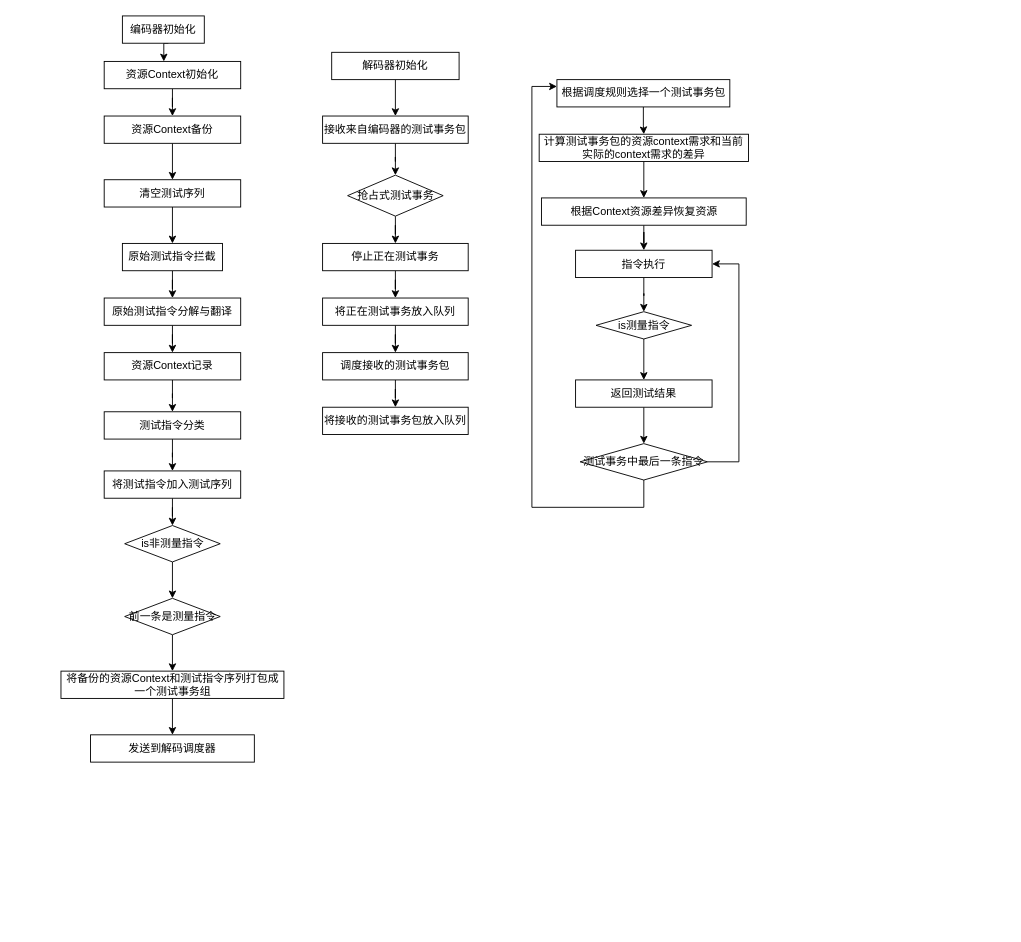
Earlier version of the draw.io diagram page "流程图" (6 of 6) of Untitled Diagram.drawio (arthur-peng-cn/graph). Source tidied: cells renumbered, new cells numbered last; positions are measured from the earlier drawing's top-left corner, leaving out a move shared by most shapes. Both pictures are drawn from the tidied source at 91%, with x=0, y=0 at pixel (60, 15).
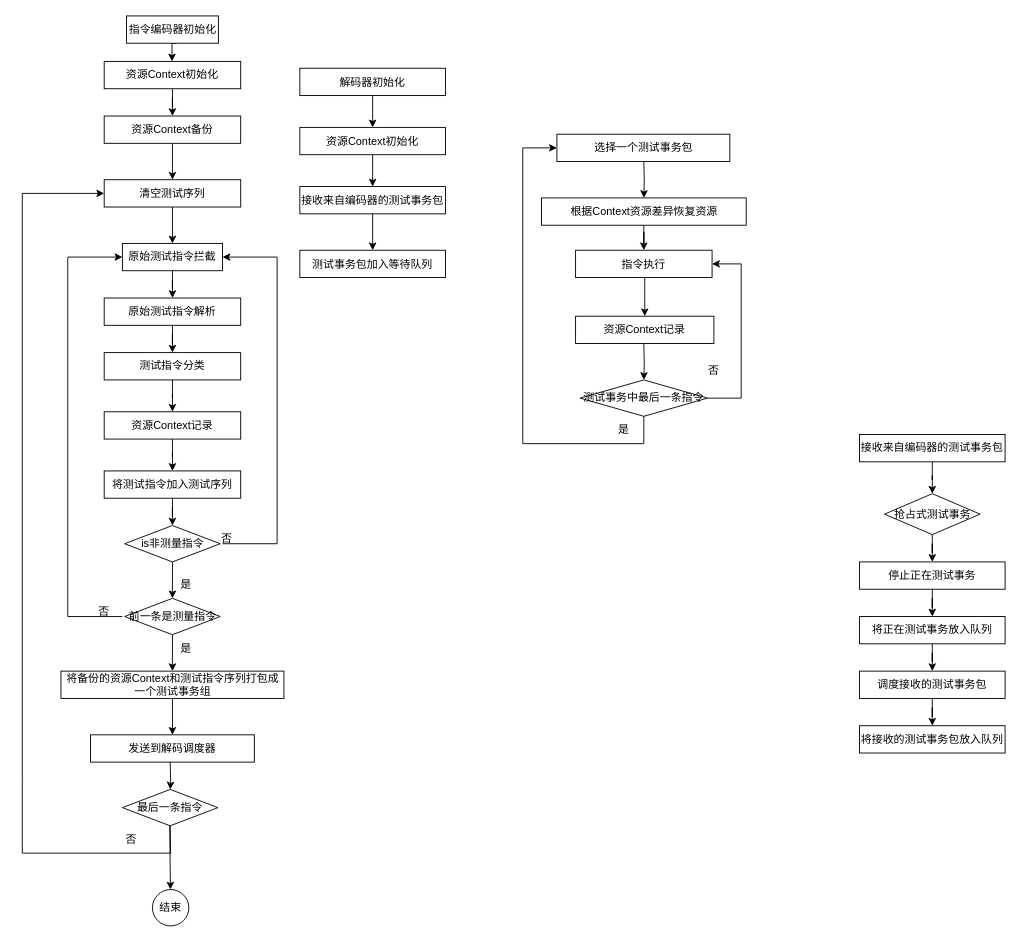
Above is the later version.

The change refers to these unchanged cells:
```xml
<mxCell id="3" value="原始测试指令拦截" style="rounded=0;whiteSpace=wrap;html=1;" parent="1" vertex="1">
  <mxGeometry x="68" y="250" width="110" height="30" as="geometry" />
</mxCell>
<mxCell id="30" value="根据Context资源差异恢复资源" style="rounded=0;whiteSpace=wrap;html=1;" parent="1" vertex="1">
  <mxGeometry x="528.5" y="200" width="225" height="30" as="geometry" />
</mxCell>
<mxCell id="36" value="清空测试序列" style="rounded=0;whiteSpace=wrap;html=1;" parent="1" vertex="1">
  <mxGeometry x="48" y="180" width="150" height="30" as="geometry" />
</mxCell>
<mxCell id="40" value="指令执行" style="rounded=0;whiteSpace=wrap;html=1;" parent="1" vertex="1">
  <mxGeometry x="566" y="257.5" width="150" height="30" as="geometry" />
</mxCell>
```

What changed in the source:
```diff
@@
-    <mxCell id="5" value="原始测试指令分解与翻译" style="rounded=0;whiteSpace=wrap;html=1;" parent="1" vertex="1">
+    <mxCell id="5" value="原始测试指令解析" style="rounded=0;whiteSpace=wrap;html=1;" parent="1" vertex="1">
       <mxGeometry x="48" y="310" width="150" height="30" as="geometry" />
     </mxCell>
@@
-    <mxCell id="7" value="测试指令分类" style="rounded=0;whiteSpace=wrap;html=1;" parent="1" vertex="1">
+    <mxCell id="7" value="资源Context记录" style="rounded=0;whiteSpace=wrap;html=1;" parent="1" vertex="1">
       <mxGeometry x="48" y="435" width="150" height="30" as="geometry" />
     </mxCell>
@@
-    <mxCell id="9" value="资源Context记录" style="rounded=0;whiteSpace=wrap;html=1;" parent="1" vertex="1">
+    <mxCell id="9" value="测试指令分类" style="rounded=0;whiteSpace=wrap;html=1;" parent="1" vertex="1">
       <mxGeometry x="48" y="370" width="150" height="30" as="geometry" />
     </mxCell>
     <mxCell id="10" style="edgeStyle=orthogonalEdgeStyle;rounded=0;orthogonalLoop=1;jettySize=auto;html=1;exitX=0.25;exitY=1;exitDx=0;exitDy=0;entryX=0.25;entryY=0;entryDx=0;entryDy=0;" parent="1" edge="1">
       <mxGeometry relative="1" as="geometry">
-        <mxPoint x="118.5" y="30" as="sourcePoint" />
-        <mxPoint x="113.5" y="50" as="targetPoint" />
+        <mxPoint x="127.5" y="30" as="sourcePoint" />
+        <mxPoint x="122.5" y="50" as="targetPoint" />
       </mxGeometry>
     </mxCell>
-    <mxCell id="11" value="编码器初始化" style="rounded=0;whiteSpace=wrap;html=1;" parent="1" vertex="1">
-      <mxGeometry x="68" width="90" height="30" as="geometry" />
+    <mxCell id="11" value="指令编码器初始化" style="rounded=0;whiteSpace=wrap;html=1;" parent="1" vertex="1">
+      <mxGeometry x="72.5" width="101" height="30" as="geometry" />
     </mxCell>
@@
-    <mxCell id="21" style="edgeStyle=orthogonalEdgeStyle;rounded=0;jettySize=auto;html=1;" parent="1" edge="1" source="22" target="24">
-      <mxGeometry relative="1" as="geometry" />
-    </mxCell>
-    <mxCell id="22" value="解码器初始化" style="rounded=0;whiteSpace=wrap;html=1;" parent="1" vertex="1">
-      <mxGeometry x="298" y="40" width="140" height="30" as="geometry" />
-    </mxCell>
@@
     <mxCell id="24" value="接收来自编码器的测试事务包" style="rounded=0;whiteSpace=wrap;html=1;" parent="1" vertex="1">
-      <mxGeometry x="288" y="110" width="160" height="30" as="geometry" />
+      <mxGeometry x="878" y="460" width="160" height="30" as="geometry" />
     </mxCell>
@@
     <mxCell id="26" value="停止正在测试事务" style="rounded=0;whiteSpace=wrap;html=1;" parent="1" vertex="1">
-      <mxGeometry x="288" y="250" width="160" height="30" as="geometry" />
+      <mxGeometry x="878" y="600" width="160" height="30" as="geometry" />
     </mxCell>
-    <mxCell id="27" style="edgeStyle=orthogonalEdgeStyle;rounded=0;jettySize=auto;html=1;" parent="1" edge="1" source="28" target="38">
-      <mxGeometry relative="1" as="geometry" />
-    </mxCell>
-    <mxCell id="28" value="根据调度规则选择一个测试事务包" style="rounded=0;whiteSpace=wrap;html=1;" parent="1" vertex="1">
-      <mxGeometry x="545.5" y="70" width="190" height="30" as="geometry" />
+    <mxCell id="28" value="选择一个测试事务包" style="rounded=0;whiteSpace=wrap;html=1;" parent="1" vertex="1">
+      <mxGeometry x="545.5" y="130" width="190" height="30" as="geometry" />
     </mxCell>
@@
-    <mxCell id="37" style="edgeStyle=orthogonalEdgeStyle;rounded=0;jettySize=auto;html=1;entryX=0.5;entryY=0;entryDx=0;entryDy=0;" parent="1" edge="1" source="38" target="30">
-      <mxGeometry relative="1" as="geometry" />
+    <mxCell id="37" style="edgeStyle=orthogonalEdgeStyle;rounded=0;jettySize=auto;html=1;entryX=0.5;entryY=0;entryDx=0;entryDy=0;" parent="1" edge="1" target="30">
+      <mxGeometry relative="1" as="geometry">
+        <mxPoint x="641" y="160" as="sourcePoint" />
+      </mxGeometry>
     </mxCell>
-    <mxCell id="38" value="计算测试事务包的资源context需求和当前实际的context需求的差异" style="rounded=0;whiteSpace=wrap;html=1;" parent="1" vertex="1">
-      <mxGeometry x="526" y="130" width="230" height="30" as="geometry" />
-    </mxCell>
-    <mxCell id="39" style="edgeStyle=orthogonalEdgeStyle;rounded=0;jettySize=auto;html=1;entryX=0.5;entryY=0;entryDx=0;entryDy=0;" parent="1" edge="1" source="40" target="44">
-      <mxGeometry relative="1" as="geometry" />
+    <mxCell id="39" style="edgeStyle=orthogonalEdgeStyle;rounded=0;orthogonalLoop=1;jettySize=auto;html=1;entryX=0.5;entryY=0;entryDx=0;entryDy=0;" parent="1" edge="1">
+      <mxGeometry relative="1" as="geometry">
+        <mxPoint x="641" y="287.5" as="sourcePoint" />
+        <mxPoint x="642" y="330" as="targetPoint" />
+        <Array as="points">
+          <mxPoint x="642" y="288" />
+        </Array>
+      </mxGeometry>
     </mxCell>
@@
-    <mxCell id="41" style="edgeStyle=orthogonalEdgeStyle;rounded=0;jettySize=auto;html=1;" parent="1" edge="1" source="42" target="47">
-      <mxGeometry relative="1" as="geometry" />
+    <mxCell id="41" style="edgeStyle=orthogonalEdgeStyle;rounded=0;jettySize=auto;html=1;" parent="1" edge="1" target="47">
+      <mxGeometry relative="1" as="geometry">
+        <mxPoint x="641" y="360" as="sourcePoint" />
+      </mxGeometry>
     </mxCell>
-    <mxCell id="42" value="返回测试结果" style="rounded=0;whiteSpace=wrap;html=1;" parent="1" vertex="1">
-      <mxGeometry x="566" y="400" width="150" height="30" as="geometry" />
-    </mxCell>
-    <mxCell id="43" style="edgeStyle=orthogonalEdgeStyle;rounded=0;jettySize=auto;html=1;" parent="1" edge="1" source="44" target="42">
-      <mxGeometry relative="1" as="geometry" />
-    </mxCell>
-    <mxCell id="44" value="is测量指令" style="rhombus;whiteSpace=wrap;html=1;" parent="1" vertex="1">
-      <mxGeometry x="588.5" y="325" width="105" height="30" as="geometry" />
-    </mxCell>
-    <mxCell id="45" style="edgeStyle=orthogonalEdgeStyle;rounded=0;jettySize=auto;html=1;entryX=1;entryY=0.5;entryDx=0;entryDy=0;" parent="1" edge="1" source="47" target="40">
+    <mxCell id="45" style="edgeStyle=orthogonalEdgeStyle;rounded=0;jettySize=auto;html=1;entryX=1;entryY=0.5;entryDx=0;entryDy=0;exitX=1;exitY=0.5;exitDx=0;exitDy=0;" parent="1" edge="1" source="47" target="40">
       <mxGeometry relative="1" as="geometry">
         <Array as="points">
-          <mxPoint x="745.5" y="490" />
-          <mxPoint x="745.5" y="273" />
+          <mxPoint x="748" y="420" />
+          <mxPoint x="748" y="273" />
         </Array>
       </mxGeometry>
     </mxCell>
-    <mxCell id="46" style="edgeStyle=orthogonalEdgeStyle;rounded=0;jettySize=auto;html=1;entryX=0;entryY=0.25;entryDx=0;entryDy=0;" parent="1" edge="1" source="47" target="28">
+    <mxCell id="46" style="edgeStyle=orthogonalEdgeStyle;rounded=0;jettySize=auto;html=1;entryX=0;entryY=0.5;entryDx=0;entryDy=0;" parent="1" edge="1" source="47" target="28">
       <mxGeometry relative="1" as="geometry">
         <Array as="points">
-          <mxPoint x="641" y="540" />
-          <mxPoint x="518" y="540" />
-          <mxPoint x="518" y="78" />
+          <mxPoint x="641" y="470" />
+          <mxPoint x="508" y="470" />
+          <mxPoint x="508" y="145" />
         </Array>
       </mxGeometry>
     </mxCell>
     <mxCell id="47" value="测试事务中最后一条指令" style="rhombus;whiteSpace=wrap;html=1;" parent="1" vertex="1">
-      <mxGeometry x="571" y="470" width="140" height="40" as="geometry" />
+      <mxGeometry x="571" y="400" width="140" height="40" as="geometry" />
     </mxCell>
@@
     <mxCell id="49" value="抢占式测试事务" style="rhombus;whiteSpace=wrap;html=1;" parent="1" vertex="1">
-      <mxGeometry x="315.5" y="175" width="105" height="45" as="geometry" />
+      <mxGeometry x="905.5" y="525" width="105" height="45" as="geometry" />
     </mxCell>
@@
     <mxCell id="51" value="将正在测试事务放入队列" style="rounded=0;whiteSpace=wrap;html=1;" parent="1" vertex="1">
-      <mxGeometry x="288" y="310" width="160" height="30" as="geometry" />
+      <mxGeometry x="878" y="660" width="160" height="30" as="geometry" />
     </mxCell>
@@
     <mxCell id="53" value="调度接收的测试事务包" style="rounded=0;whiteSpace=wrap;html=1;" parent="1" vertex="1">
-      <mxGeometry x="288" y="370" width="160" height="30" as="geometry" />
+      <mxGeometry x="878" y="720" width="160" height="30" as="geometry" />
     </mxCell>
     <mxCell id="54" value="将接收的测试事务包放入队列" style="rounded=0;whiteSpace=wrap;html=1;" parent="1" vertex="1">
-      <mxGeometry x="288" y="430" width="160" height="30" as="geometry" />
+      <mxGeometry x="878" y="780" width="160" height="30" as="geometry" />
     </mxCell>
+    <mxCell id="55" style="endArrow=classic;html=1;rounded=0;entryX=1;entryY=0.5;entryDx=0;entryDy=0;" parent="1" edge="1" target="3">
+      <mxGeometry relative="1" as="geometry">
+        <mxPoint x="178" y="580" as="sourcePoint" />
+        <Array as="points">
+          <mxPoint x="238" y="580" />
+          <mxPoint x="238" y="265" />
+        </Array>
+      </mxGeometry>
+    </mxCell>
+    <mxCell id="56" style="endArrow=classic;html=1;rounded=0;entryX=0;entryY=0.5;entryDx=0;entryDy=0;" parent="1" edge="1" target="3">
+      <mxGeometry relative="1" as="geometry">
+        <mxPoint x="68" y="660" as="sourcePoint" />
+        <Array as="points">
+          <mxPoint x="8" y="660" />
+          <mxPoint x="8" y="265" />
+        </Array>
+      </mxGeometry>
+    </mxCell>
+    <mxCell id="57" style="endArrow=classic;html=1;rounded=0;entryX=0;entryY=0.5;entryDx=0;entryDy=0;exitX=0.5;exitY=1;exitDx=0;exitDy=0;" parent="1" edge="1" source="62" target="36">
+      <mxGeometry relative="1" as="geometry">
+        <Array as="points">
+          <mxPoint x="121" y="920" />
+          <mxPoint x="-42" y="920" />
+          <mxPoint x="-42" y="840" />
+          <mxPoint x="-42" y="195" />
+        </Array>
+      </mxGeometry>
+    </mxCell>
+    <mxCell id="58" value="否" style="text;strokeColor=none;align=center;fillColor=none;html=1;verticalAlign=middle;whiteSpace=wrap;rounded=0;" parent="1" vertex="1">
+      <mxGeometry x="153" y="560" width="60" height="30" as="geometry" />
+    </mxCell>
+    <mxCell id="59" value="否" style="text;strokeColor=none;align=center;fillColor=none;html=1;verticalAlign=middle;whiteSpace=wrap;rounded=0;" parent="1" vertex="1">
+      <mxGeometry x="18" y="640" width="60" height="30" as="geometry" />
+    </mxCell>
+    <mxCell id="60" value="是" style="text;strokeColor=none;align=center;fillColor=none;html=1;verticalAlign=middle;whiteSpace=wrap;rounded=0;" parent="1" vertex="1">
+      <mxGeometry x="108" y="610" width="60" height="30" as="geometry" />
+    </mxCell>
+    <mxCell id="61" value="是" style="text;strokeColor=none;align=center;fillColor=none;html=1;verticalAlign=middle;whiteSpace=wrap;rounded=0;" parent="1" vertex="1">
+      <mxGeometry x="108" y="680" width="60" height="30" as="geometry" />
+    </mxCell>
+    <mxCell id="62" value="最后一条指令" style="rhombus;whiteSpace=wrap;html=1;" parent="1" vertex="1">
+      <mxGeometry x="68" y="850" width="105" height="40" as="geometry" />
+    </mxCell>
+    <mxCell id="63" style="edgeStyle=orthogonalEdgeStyle;rounded=0;jettySize=auto;html=1;" parent="1" edge="1" target="62">
+      <mxGeometry relative="1" as="geometry">
+        <mxPoint x="120.5" y="820" as="sourcePoint" />
+      </mxGeometry>
+    </mxCell>
+    <mxCell id="64" value="否" style="text;strokeColor=none;align=center;fillColor=none;html=1;verticalAlign=middle;whiteSpace=wrap;rounded=0;" parent="1" vertex="1">
+      <mxGeometry x="48" y="890" width="60" height="30" as="geometry" />
+    </mxCell>
+    <mxCell id="65" style="endArrow=classic;html=1;rounded=0;" parent="1" edge="1" target="66">
+      <mxGeometry relative="1" as="geometry">
+        <mxPoint x="120" y="890" as="sourcePoint" />
+      </mxGeometry>
+    </mxCell>
+    <mxCell id="66" value="结束" style="ellipse;whiteSpace=wrap;html=1;" parent="1" vertex="1">
+      <mxGeometry x="101" y="960" width="40" height="40" as="geometry" />
+    </mxCell>
+    <mxCell id="67" value="是" style="text;strokeColor=none;align=center;fillColor=none;html=1;verticalAlign=middle;whiteSpace=wrap;rounded=0;" parent="1" vertex="1">
+      <mxGeometry x="588.5" y="440" width="60" height="30" as="geometry" />
+    </mxCell>
+    <mxCell id="68" value="否" style="text;strokeColor=none;align=center;fillColor=none;html=1;verticalAlign=middle;whiteSpace=wrap;rounded=0;" parent="1" vertex="1">
+      <mxGeometry x="688" y="375" width="60" height="30" as="geometry" />
+    </mxCell>
+    <mxCell id="69" value="接收来自编码器的测试事务包" style="rounded=0;whiteSpace=wrap;html=1;" parent="1" vertex="1">
+      <mxGeometry x="263" y="187.5" width="160" height="30" as="geometry" />
+    </mxCell>
+    <mxCell id="70" value="测试事务包加入等待队列" style="rounded=0;whiteSpace=wrap;html=1;" parent="1" vertex="1">
+      <mxGeometry x="263" y="257.5" width="160" height="30" as="geometry" />
+    </mxCell>
+    <mxCell id="71" style="endArrow=classic;html=1;rounded=0;entryX=0.5;entryY=0;entryDx=0;entryDy=0;exitX=0.5;exitY=1;exitDx=0;exitDy=0;" parent="1" edge="1" source="69" target="70">
+      <mxGeometry relative="1" as="geometry" />
+    </mxCell>
+    <mxCell id="72" value="资源Context记录" style="rounded=0;whiteSpace=wrap;html=1;" parent="1" vertex="1">
+      <mxGeometry x="566" y="330" width="152" height="30" as="geometry" />
+    </mxCell>
+    <mxCell id="73" style="edgeStyle=orthogonalEdgeStyle;rounded=0;jettySize=auto;html=1;" parent="1" edge="1" source="74">
+      <mxGeometry relative="1" as="geometry">
+        <mxPoint x="343" y="187.5" as="targetPoint" />
+      </mxGeometry>
+    </mxCell>
+    <mxCell id="74" value="资源Context初始化" style="rounded=0;whiteSpace=wrap;html=1;" parent="1" vertex="1">
+      <mxGeometry x="263" y="122.5" width="160" height="30" as="geometry" />
+    </mxCell>
+    <mxCell id="75" style="edgeStyle=orthogonalEdgeStyle;rounded=0;jettySize=auto;html=1;" parent="1" edge="1" source="22">
+      <mxGeometry relative="1" as="geometry">
+        <mxPoint x="343" y="122.5" as="targetPoint" />
+      </mxGeometry>
+    </mxCell>
+    <mxCell id="22" value="解码器初始化" style="rounded=0;whiteSpace=wrap;html=1;" parent="1" vertex="1">
+      <mxGeometry x="263" y="57.5" width="160" height="30" as="geometry" />
+    </mxCell>
```
